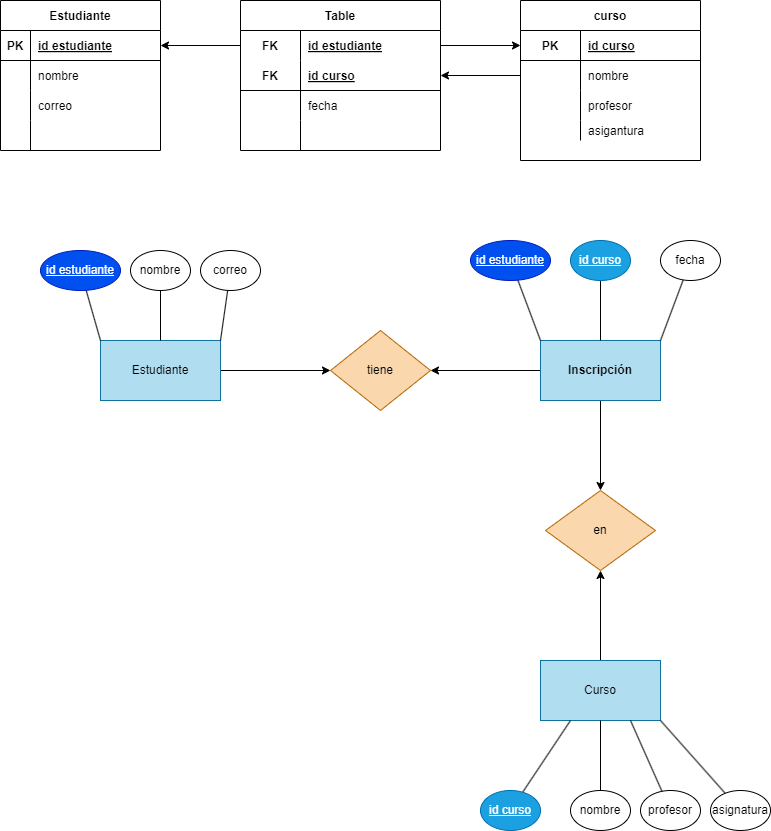
WhiteCascade/BAE keeps this draw.io diagram as Tareas/Unidad2/ejercicio2.11.drawio.png. Above is the earlier version. Source tidied: cells renumbered, new cells last; positions are measured from the earlier drawing's top-left corner, leaving out a move shared by most shapes.
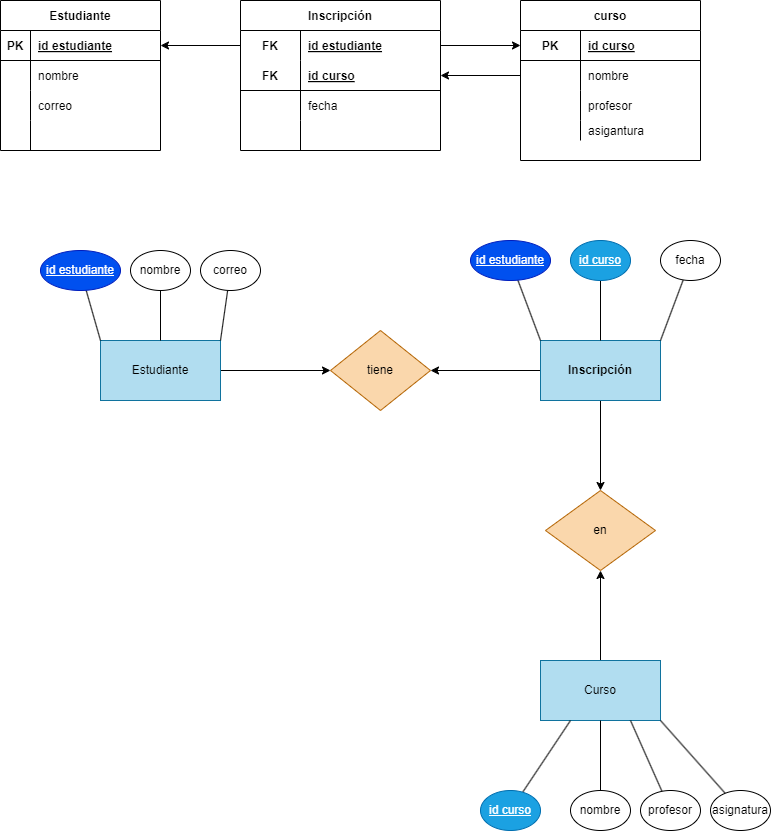
The same diagram one commit later.

Change to the diagram source:
```diff
@@ -83,7 +83,7 @@
     <mxCell id="28" value="asigantura" style="shape=partialRectangle;fillColor=none;top=0;left=0;bottom=0;right=0;align=left;spacingLeft=6;overflow=hidden;" parent="26" vertex="1">
       <mxGeometry x="60" width="120" height="20" as="geometry" />
     </mxCell>
-    <mxCell id="29" value="Table" style="shape=table;startSize=30;rowLines=0;fontStyle=1;align=center;" parent="1" vertex="1">
+    <mxCell id="29" value="Inscripción" style="shape=table;startSize=30;rowLines=0;fontStyle=1;align=center;" parent="1" vertex="1">
       <mxGeometry x="240" width="200" height="150" as="geometry" />
     </mxCell>
     <mxCell id="30" style="shape=tableRow;horizontal=0;startSize=0;swimlaneHead=0;swimlaneBody=0;fillColor=none;points=[[0,0.5],[1,0.5]];portConstraint=eastwest;top=0;left=0;right=0;bottom=0;" parent="29" vertex="1">
```
